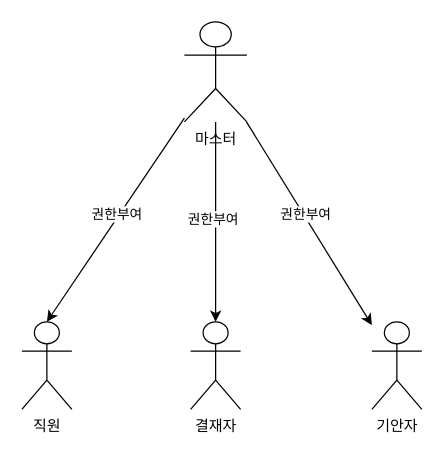
The draw.io diagram document/권한부여.drawio in sunday1284/jsp_spring02, before the edit. Source tidied: cells renumbered, new cells numbered last; positions are measured from the earlier drawing's top-left corner, leaving out a move shared by most shapes. Both pictures are drawn from the tidied source at 125%, with x=0, y=0 at pixel (21, 21).
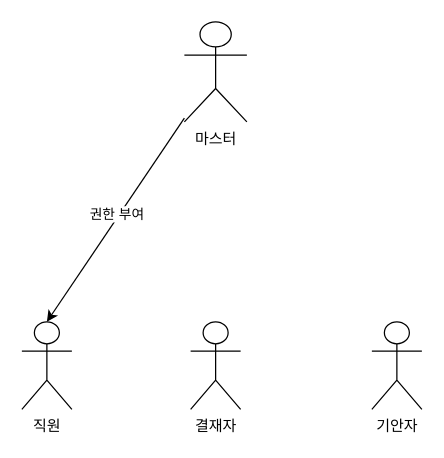
After the change.

What changed in the source:
```diff
@@
 <mxGraphModel>
   <root>
     <mxCell id="0" />
     <mxCell id="1" parent="0" />
     <mxCell id="2" value="마스터" style="shape=umlActor;verticalLabelPosition=bottom;verticalAlign=top;html=1;outlineConnect=0;" parent="1" vertex="1">
       <mxGeometry x="130" width="50" height="80" as="geometry" />
     </mxCell>
     <mxCell id="3" value="직원" style="shape=umlActor;verticalLabelPosition=bottom;verticalAlign=top;html=1;outlineConnect=0;" parent="1" vertex="1">
       <mxGeometry y="240" width="40" height="70" as="geometry" />
     </mxCell>
     <mxCell id="4" value="결재자" style="shape=umlActor;verticalLabelPosition=bottom;verticalAlign=top;html=1;outlineConnect=0;" parent="1" vertex="1">
       <mxGeometry x="135" y="240" width="40" height="70" as="geometry" />
     </mxCell>
     <mxCell id="5" value="기안자" style="shape=umlActor;verticalLabelPosition=bottom;verticalAlign=top;html=1;outlineConnect=0;" parent="1" vertex="1">
       <mxGeometry x="280" y="240" width="40" height="70" as="geometry" />
     </mxCell>
     <mxCell id="6" style="endArrow=classic;html=1;rounded=0;entryX=0.5;entryY=0;entryDx=0;entryDy=0;entryPerimeter=0;" parent="1" edge="1" source="2" target="3">
       <mxGeometry relative="1" as="geometry" />
     </mxCell>
-    <mxCell id="7" value="권한부여" style="edgeLabel;html=1;align=center;verticalAlign=middle;" parent="6" vertex="1">
-      <mxGeometry x="-0.04" y="-2" relative="1" as="geometry" />
-    </mxCell>
-    <mxCell id="8" style="endArrow=classic;html=1;rounded=0;entryX=0.5;entryY=0;entryDx=0;entryDy=0;entryPerimeter=0;" parent="1" edge="1" source="2" target="4">
-      <mxGeometry relative="1" as="geometry" />
+    <mxCell id="8" value="권한 부여" style="edgeLabel;html=1;align=center;verticalAlign=middle;" parent="6" vertex="1">
+      <mxGeometry x="-0.04" y="-2" relative="1" as="geometry" />
     </mxCell>
-    <mxCell id="9" value="권한부여" style="edgeLabel;html=1;align=center;verticalAlign=middle;" parent="8" vertex="1">
-      <mxGeometry x="-0.04" y="-3" relative="1" as="geometry" />
-    </mxCell>
-    <mxCell id="10" style="endArrow=classic;html=1;rounded=0;" parent="1" edge="1" source="2" target="5">
-      <mxGeometry relative="1" as="geometry" />
-    </mxCell>
-    <mxCell id="11" value="권한부여" style="edgeLabel;html=1;align=center;verticalAlign=middle;" parent="10" vertex="1">
-      <mxGeometry x="-0.09" y="1" relative="1" as="geometry" />
-    </mxCell>
   </root>
 </mxGraphModel>
```
